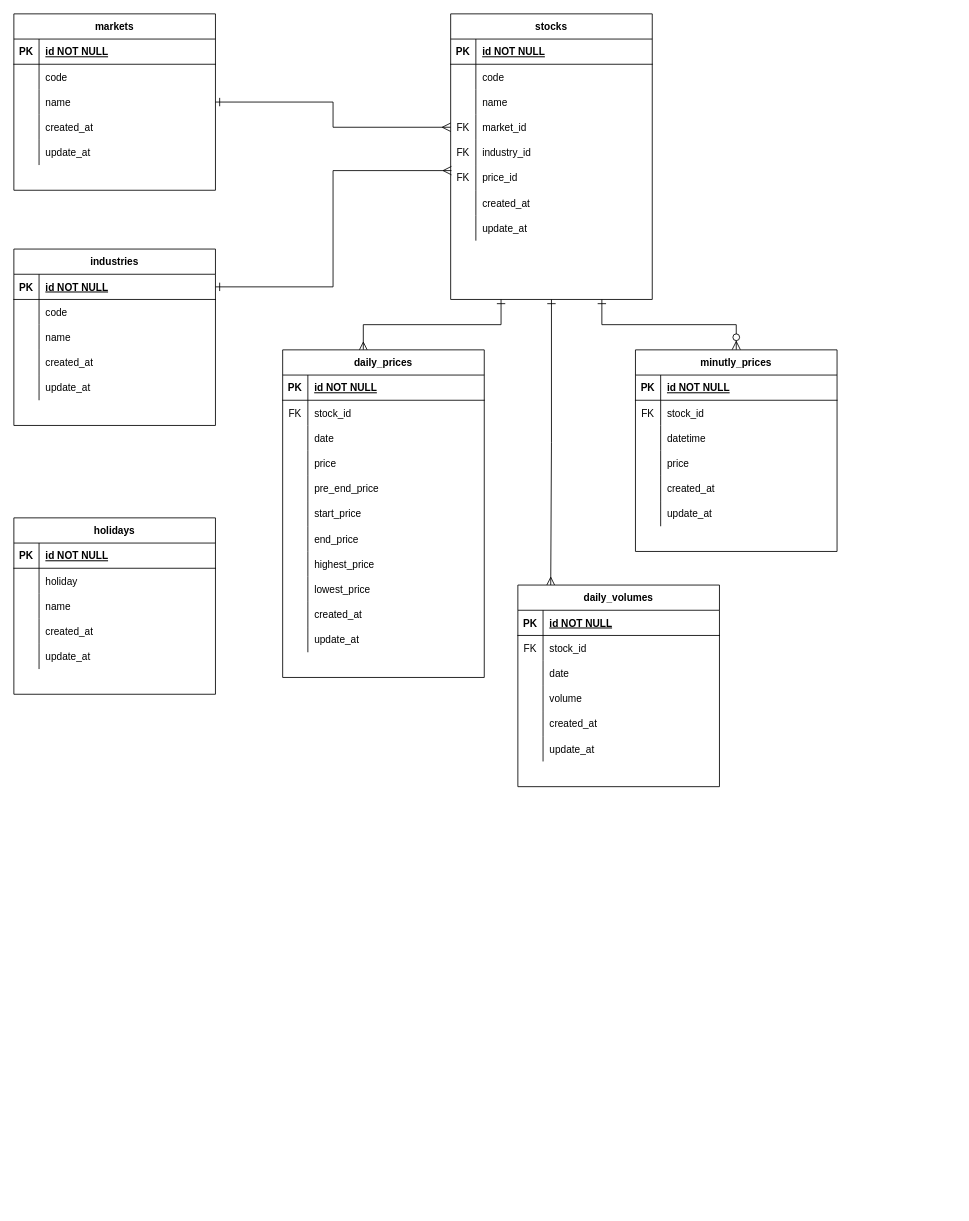
0gravity000/er001 keeps this draw.io diagram as kabuboard2.drawio. Above is the earlier version. Source tidied: cells renumbered, new cells numbered last; positions are measured from the earlier drawing's top-left corner, leaving out a move shared by most shapes. Both pictures are drawn from the tidied source at 84%, with x=0, y=0 at pixel (13, 13).
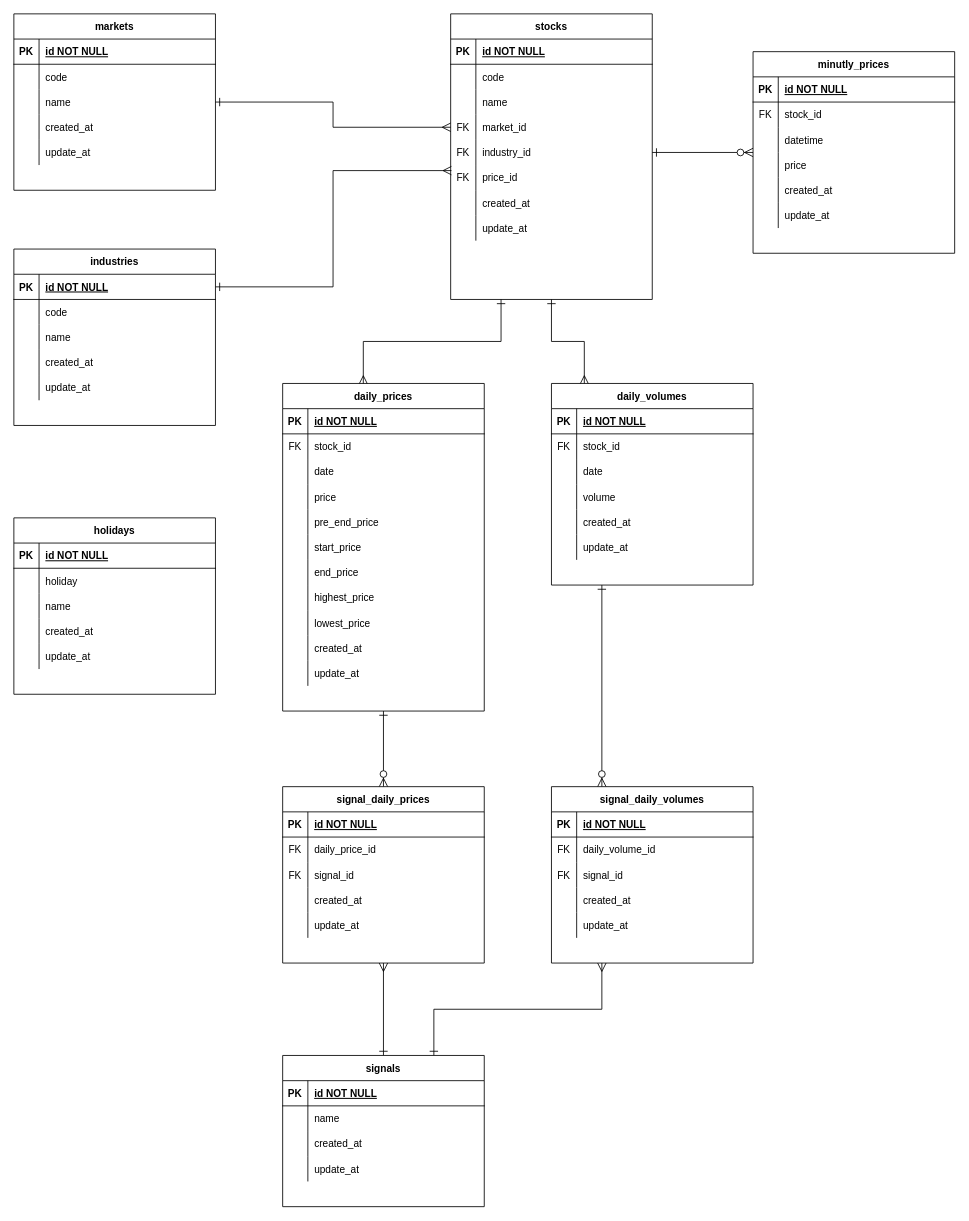
The same page after the edit.

Unchanged cells that the change refers to:
```xml
<mxCell id="5" value="stocks" style="shape=table;startSize=30;childLayout=tableLayout;rowLines=0;fontStyle=1;align=center;" parent="1" vertex="1">
  <mxGeometry x="520" width="240" height="340" as="geometry" />
</mxCell>
<mxCell id="18" style="shape=partialRectangle;fillColor=none;points=[[0,0.5],[1,0.5]];portConstraint=eastwest;top=0;left=0;right=0;bottom=0;" parent="5" vertex="1">
  <mxGeometry y="150" width="240" height="30" as="geometry" />
</mxCell>
```

Diff of the diagram source:
```diff
@@
-    <mxCell id="4" style="edgeStyle=orthogonalEdgeStyle;rounded=0;jettySize=auto;html=1;exitX=0.75;exitY=1;exitDx=0;exitDy=0;startArrow=ERone;startFill=0;endArrow=ERzeroToMany;endFill=1;startSize=8;endSize=8;" parent="1" edge="1" source="5" target="96">
+    <mxCell id="4" style="edgeStyle=orthogonalEdgeStyle;rounded=0;jettySize=auto;html=1;startArrow=ERone;startFill=0;endArrow=ERzeroToMany;endFill=1;startSize=8;endSize=8;" parent="1" edge="1" source="18" target="96">
       <mxGeometry relative="1" as="geometry" />
     </mxCell>
@@
+    <mxCell id="152" style="edgeStyle=orthogonalEdgeStyle;rounded=0;jettySize=auto;html=1;exitX=0.5;exitY=1;exitDx=0;exitDy=0;entryX=0.5;entryY=0;entryDx=0;entryDy=0;startArrow=ERone;startFill=0;endArrow=ERzeroToMany;endFill=1;startSize=8;endSize=8;" parent="1" edge="1" source="62" target="154">
+      <mxGeometry relative="1" as="geometry" />
+    </mxCell>
     <mxCell id="62" value="daily_prices" style="shape=table;startSize=30;childLayout=tableLayout;rowLines=0;fontStyle=1;align=center;" parent="1" vertex="1">
-      <mxGeometry x="320" y="400" width="240" height="390" as="geometry" />
+      <mxGeometry x="320" y="440" width="240" height="390" as="geometry" />
     </mxCell>
@@
     <mxCell id="96" value="minutly_prices" style="shape=table;startSize=30;childLayout=tableLayout;rowLines=0;fontStyle=1;align=center;" parent="1" vertex="1">
-      <mxGeometry x="740" y="400" width="240" height="240" as="geometry" />
+      <mxGeometry x="880" y="45" width="240" height="240" as="geometry" />
     </mxCell>
@@
+    <mxCell id="153" style="edgeStyle=orthogonalEdgeStyle;rounded=0;jettySize=auto;html=1;exitX=0.25;exitY=1;exitDx=0;exitDy=0;entryX=0.25;entryY=0;entryDx=0;entryDy=0;startArrow=ERone;startFill=0;endArrow=ERzeroToMany;endFill=1;startSize=8;endSize=8;" parent="1" edge="1" source="115" target="170">
+      <mxGeometry relative="1" as="geometry" />
+    </mxCell>
     <mxCell id="115" value="daily_volumes" style="shape=table;startSize=30;childLayout=tableLayout;rowLines=0;fontStyle=1;align=center;" parent="1" vertex="1">
-      <mxGeometry x="600" y="680" width="240" height="240" as="geometry" />
+      <mxGeometry x="640" y="440" width="240" height="240" as="geometry" />
     </mxCell>
@@
+    <mxCell id="154" value="signal_daily_prices" style="shape=table;startSize=30;childLayout=tableLayout;rowLines=0;fontStyle=1;align=center;" parent="1" vertex="1">
+      <mxGeometry x="320" y="920" width="240" height="210" as="geometry" />
+    </mxCell>
+    <mxCell id="155" style="shape=partialRectangle;fillColor=none;top=0;left=0;bottom=1;right=0;" parent="154" vertex="1">
+      <mxGeometry y="30" width="240" height="30" as="geometry" />
+    </mxCell>
+    <mxCell id="156" value="PK" style="shape=partialRectangle;fillColor=none;top=0;left=0;bottom=0;right=0;fontStyle=1;overflow=hidden;" parent="155" vertex="1">
+      <mxGeometry width="30" height="30" as="geometry" />
+    </mxCell>
+    <mxCell id="157" value="id NOT NULL" style="shape=partialRectangle;fillColor=none;top=0;left=0;bottom=0;right=0;align=left;spacingLeft=6;fontStyle=5;overflow=hidden;" parent="155" vertex="1">
+      <mxGeometry x="30" width="210" height="30" as="geometry" />
+    </mxCell>
+    <mxCell id="158" style="shape=partialRectangle;fillColor=none;top=0;left=0;bottom=0;right=0;" parent="154" vertex="1">
+      <mxGeometry y="60" width="240" height="30" as="geometry" />
+    </mxCell>
+    <mxCell id="159" value="FK" style="shape=partialRectangle;fillColor=none;top=0;left=0;bottom=0;right=0;overflow=hidden;" parent="158" vertex="1">
+      <mxGeometry width="30" height="30" as="geometry" />
+    </mxCell>
+    <mxCell id="160" value="daily_price_id" style="shape=partialRectangle;fillColor=none;top=0;left=0;bottom=0;right=0;align=left;spacingLeft=6;overflow=hidden;" parent="158" vertex="1">
+      <mxGeometry x="30" width="210" height="30" as="geometry" />
+    </mxCell>
+    <mxCell id="161" style="shape=partialRectangle;fillColor=none;top=0;left=0;bottom=0;right=0;" parent="154" vertex="1">
+      <mxGeometry y="90" width="240" height="30" as="geometry" />
+    </mxCell>
+    <mxCell id="162" value="FK" style="shape=partialRectangle;fillColor=none;top=0;left=0;bottom=0;right=0;overflow=hidden;" parent="161" vertex="1">
+      <mxGeometry width="30" height="30" as="geometry" />
+    </mxCell>
+    <mxCell id="163" value="signal_id" style="shape=partialRectangle;fillColor=none;top=0;left=0;bottom=0;right=0;align=left;spacingLeft=6;overflow=hidden;" parent="161" vertex="1">
+      <mxGeometry x="30" width="210" height="30" as="geometry" />
+    </mxCell>
+    <mxCell id="164" style="shape=partialRectangle;fillColor=none;top=0;left=0;bottom=0;right=0;" parent="154" vertex="1">
+      <mxGeometry y="120" width="240" height="30" as="geometry" />
+    </mxCell>
+    <mxCell id="165" style="shape=partialRectangle;fillColor=none;top=0;left=0;bottom=0;right=0;overflow=hidden;" parent="164" vertex="1">
+      <mxGeometry width="30" height="30" as="geometry" />
+    </mxCell>
+    <mxCell id="166" value="created_at" style="shape=partialRectangle;fillColor=none;top=0;left=0;bottom=0;right=0;align=left;spacingLeft=6;overflow=hidden;" parent="164" vertex="1">
+      <mxGeometry x="30" width="210" height="30" as="geometry" />
+    </mxCell>
+    <mxCell id="167" style="shape=partialRectangle;fillColor=none;top=0;left=0;bottom=0;right=0;" parent="154" vertex="1">
+      <mxGeometry y="150" width="240" height="30" as="geometry" />
+    </mxCell>
+    <mxCell id="168" style="shape=partialRectangle;fillColor=none;top=0;left=0;bottom=0;right=0;overflow=hidden;" parent="167" vertex="1">
+      <mxGeometry width="30" height="30" as="geometry" />
+    </mxCell>
+    <mxCell id="169" value="update_at" style="shape=partialRectangle;fillColor=none;top=0;left=0;bottom=0;right=0;align=left;spacingLeft=6;overflow=hidden;" parent="167" vertex="1">
+      <mxGeometry x="30" width="210" height="30" as="geometry" />
+    </mxCell>
+    <mxCell id="170" value="signal_daily_volumes" style="shape=table;startSize=30;childLayout=tableLayout;rowLines=0;fontStyle=1;align=center;" parent="1" vertex="1">
+      <mxGeometry x="640" y="920" width="240" height="210" as="geometry" />
+    </mxCell>
+    <mxCell id="171" style="shape=partialRectangle;fillColor=none;top=0;left=0;bottom=1;right=0;" parent="170" vertex="1">
+      <mxGeometry y="30" width="240" height="30" as="geometry" />
+    </mxCell>
+    <mxCell id="172" value="PK" style="shape=partialRectangle;fillColor=none;top=0;left=0;bottom=0;right=0;fontStyle=1;overflow=hidden;" parent="171" vertex="1">
+      <mxGeometry width="30" height="30" as="geometry" />
+    </mxCell>
+    <mxCell id="173" value="id NOT NULL" style="shape=partialRectangle;fillColor=none;top=0;left=0;bottom=0;right=0;align=left;spacingLeft=6;fontStyle=5;overflow=hidden;" parent="171" vertex="1">
+      <mxGeometry x="30" width="210" height="30" as="geometry" />
+    </mxCell>
+    <mxCell id="174" style="shape=partialRectangle;fillColor=none;top=0;left=0;bottom=0;right=0;" parent="170" vertex="1">
+      <mxGeometry y="60" width="240" height="30" as="geometry" />
+    </mxCell>
+    <mxCell id="175" value="FK" style="shape=partialRectangle;fillColor=none;top=0;left=0;bottom=0;right=0;overflow=hidden;" parent="174" vertex="1">
+      <mxGeometry width="30" height="30" as="geometry" />
+    </mxCell>
+    <mxCell id="176" value="daily_volume_id" style="shape=partialRectangle;fillColor=none;top=0;left=0;bottom=0;right=0;align=left;spacingLeft=6;overflow=hidden;" parent="174" vertex="1">
+      <mxGeometry x="30" width="210" height="30" as="geometry" />
+    </mxCell>
+    <mxCell id="177" style="shape=partialRectangle;fillColor=none;top=0;left=0;bottom=0;right=0;" parent="170" vertex="1">
+      <mxGeometry y="90" width="240" height="30" as="geometry" />
+    </mxCell>
+    <mxCell id="178" value="FK" style="shape=partialRectangle;fillColor=none;top=0;left=0;bottom=0;right=0;overflow=hidden;" parent="177" vertex="1">
+      <mxGeometry width="30" height="30" as="geometry" />
+    </mxCell>
+    <mxCell id="179" value="signal_id" style="shape=partialRectangle;fillColor=none;top=0;left=0;bottom=0;right=0;align=left;spacingLeft=6;overflow=hidden;" parent="177" vertex="1">
+      <mxGeometry x="30" width="210" height="30" as="geometry" />
+    </mxCell>
+    <mxCell id="180" style="shape=partialRectangle;fillColor=none;top=0;left=0;bottom=0;right=0;" parent="170" vertex="1">
+      <mxGeometry y="120" width="240" height="30" as="geometry" />
+    </mxCell>
+    <mxCell id="181" style="shape=partialRectangle;fillColor=none;top=0;left=0;bottom=0;right=0;overflow=hidden;" parent="180" vertex="1">
+      <mxGeometry width="30" height="30" as="geometry" />
+    </mxCell>
+    <mxCell id="182" value="created_at" style="shape=partialRectangle;fillColor=none;top=0;left=0;bottom=0;right=0;align=left;spacingLeft=6;overflow=hidden;" parent="180" vertex="1">
+      <mxGeometry x="30" width="210" height="30" as="geometry" />
+    </mxCell>
+    <mxCell id="183" style="shape=partialRectangle;fillColor=none;top=0;left=0;bottom=0;right=0;" parent="170" vertex="1">
+      <mxGeometry y="150" width="240" height="30" as="geometry" />
+    </mxCell>
+    <mxCell id="184" style="shape=partialRectangle;fillColor=none;top=0;left=0;bottom=0;right=0;overflow=hidden;" parent="183" vertex="1">
+      <mxGeometry width="30" height="30" as="geometry" />
+    </mxCell>
+    <mxCell id="185" value="update_at" style="shape=partialRectangle;fillColor=none;top=0;left=0;bottom=0;right=0;align=left;spacingLeft=6;overflow=hidden;" parent="183" vertex="1">
+      <mxGeometry x="30" width="210" height="30" as="geometry" />
+    </mxCell>
+    <mxCell id="186" style="edgeStyle=orthogonalEdgeStyle;rounded=0;jettySize=auto;html=1;exitX=0.5;exitY=0;exitDx=0;exitDy=0;entryX=0.5;entryY=1;entryDx=0;entryDy=0;endSize=8;startSize=8;endArrow=ERmany;endFill=0;startArrow=ERone;startFill=0;" parent="1" edge="1" source="188" target="154">
+      <mxGeometry relative="1" as="geometry" />
+    </mxCell>
+    <mxCell id="187" style="edgeStyle=orthogonalEdgeStyle;rounded=0;jettySize=auto;html=1;exitX=0.75;exitY=0;exitDx=0;exitDy=0;entryX=0.25;entryY=1;entryDx=0;entryDy=0;startArrow=ERone;startFill=0;endArrow=ERmany;endFill=0;startSize=8;endSize=8;" parent="1" edge="1" source="188" target="170">
+      <mxGeometry relative="1" as="geometry" />
+    </mxCell>
+    <mxCell id="188" value="signals" style="shape=table;startSize=30;childLayout=tableLayout;rowLines=0;fontStyle=1;align=center;" parent="1" vertex="1">
+      <mxGeometry x="320" y="1240" width="240" height="180" as="geometry" />
+    </mxCell>
+    <mxCell id="189" style="shape=partialRectangle;fillColor=none;top=0;left=0;bottom=1;right=0;" parent="188" vertex="1">
+      <mxGeometry y="30" width="240" height="30" as="geometry" />
+    </mxCell>
+    <mxCell id="190" value="PK" style="shape=partialRectangle;fillColor=none;top=0;left=0;bottom=0;right=0;fontStyle=1;overflow=hidden;" parent="189" vertex="1">
+      <mxGeometry width="30" height="30" as="geometry" />
+    </mxCell>
+    <mxCell id="191" value="id NOT NULL" style="shape=partialRectangle;fillColor=none;top=0;left=0;bottom=0;right=0;align=left;spacingLeft=6;fontStyle=5;overflow=hidden;" parent="189" vertex="1">
+      <mxGeometry x="30" width="210" height="30" as="geometry" />
+    </mxCell>
+    <mxCell id="192" style="shape=partialRectangle;fillColor=none;top=0;left=0;bottom=0;right=0;" parent="188" vertex="1">
+      <mxGeometry y="60" width="240" height="30" as="geometry" />
+    </mxCell>
+    <mxCell id="193" style="shape=partialRectangle;fillColor=none;top=0;left=0;bottom=0;right=0;overflow=hidden;" parent="192" vertex="1">
+      <mxGeometry width="30" height="30" as="geometry" />
+    </mxCell>
+    <mxCell id="194" value="name" style="shape=partialRectangle;fillColor=none;top=0;left=0;bottom=0;right=0;align=left;spacingLeft=6;overflow=hidden;" parent="192" vertex="1">
+      <mxGeometry x="30" width="210" height="30" as="geometry" />
+    </mxCell>
+    <mxCell id="195" style="shape=partialRectangle;fillColor=none;top=0;left=0;bottom=0;right=0;" parent="188" vertex="1">
+      <mxGeometry y="90" width="240" height="30" as="geometry" />
+    </mxCell>
+    <mxCell id="196" style="shape=partialRectangle;fillColor=none;top=0;left=0;bottom=0;right=0;overflow=hidden;" parent="195" vertex="1">
+      <mxGeometry width="30" height="30" as="geometry" />
+    </mxCell>
+    <mxCell id="197" value="created_at" style="shape=partialRectangle;fillColor=none;top=0;left=0;bottom=0;right=0;align=left;spacingLeft=6;overflow=hidden;" parent="195" vertex="1">
+      <mxGeometry x="30" width="210" height="30" as="geometry" />
+    </mxCell>
+    <mxCell id="198" style="shape=partialRectangle;fillColor=none;top=0;left=0;bottom=0;right=0;" parent="188" vertex="1">
+      <mxGeometry y="120" width="240" height="30" as="geometry" />
+    </mxCell>
+    <mxCell id="199" style="shape=partialRectangle;fillColor=none;top=0;left=0;bottom=0;right=0;overflow=hidden;" parent="198" vertex="1">
+      <mxGeometry width="30" height="30" as="geometry" />
+    </mxCell>
+    <mxCell id="200" value="update_at" style="shape=partialRectangle;fillColor=none;top=0;left=0;bottom=0;right=0;align=left;spacingLeft=6;overflow=hidden;" parent="198" vertex="1">
+      <mxGeometry x="30" width="210" height="30" as="geometry" />
+    </mxCell>
```
